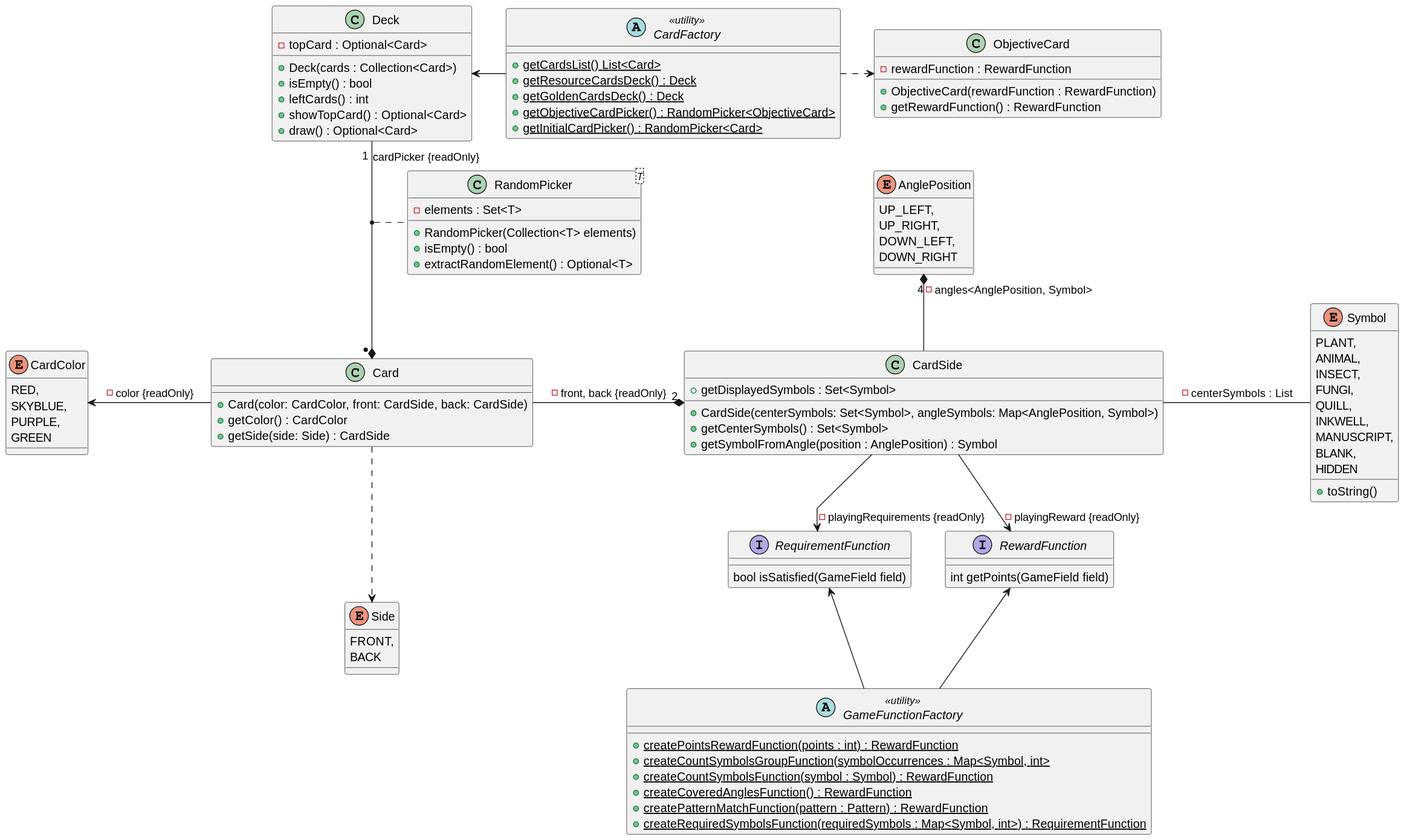
Before: CodexNaturalis/docs/uml/image/card-0.svg, a diagram exported from PlantUML (LucaLeonx/ing-sw-2024-Leonzio-Lanza-LaGioia-Mauro).
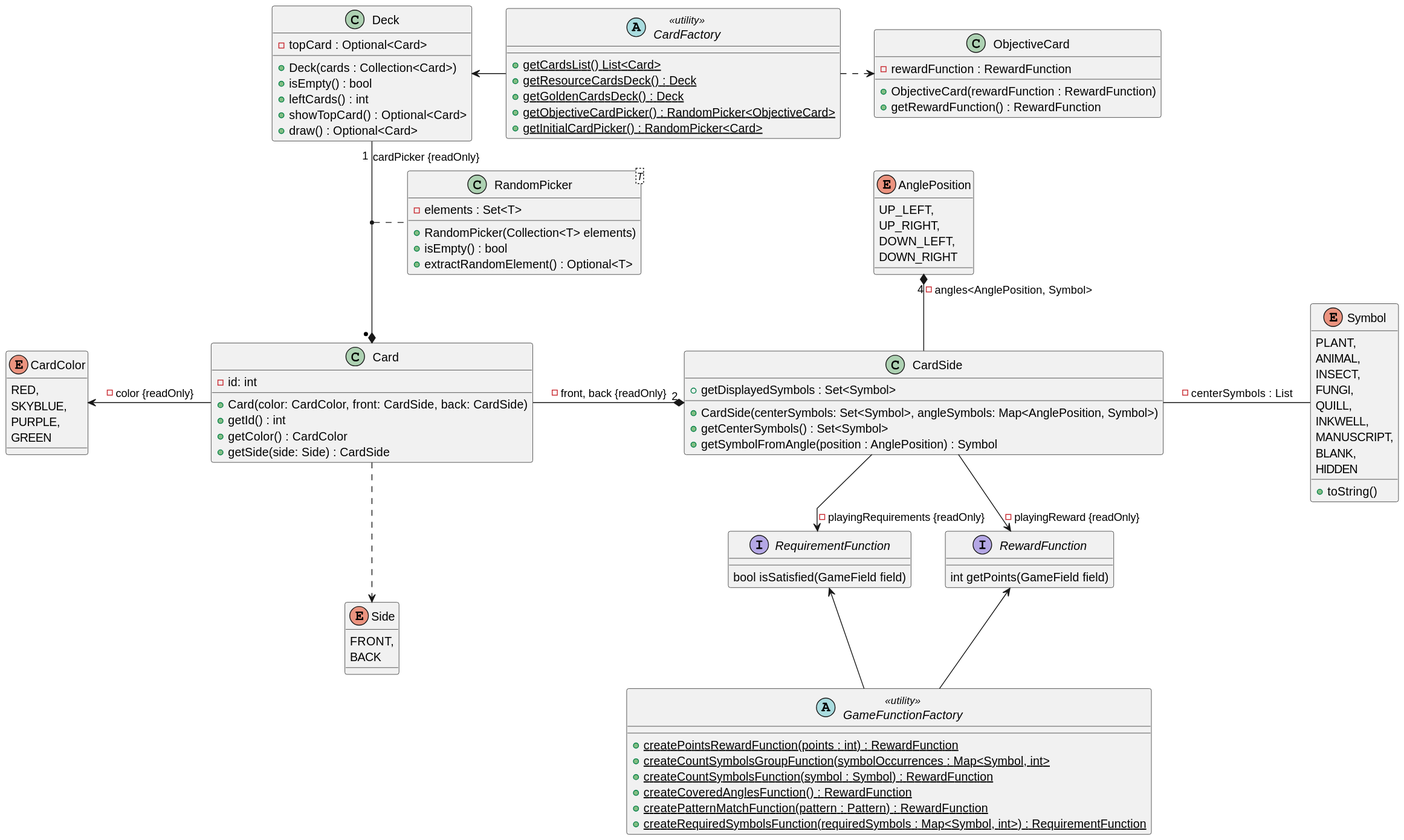
The same file after the commit.

What changed in the source:
```diff
@@ -37,9 +37,13 @@
 }
 
 class Card {
+    -id: int
     +Card(color: CardColor, front: CardSide, back: CardSide)
+    +getId() : int
     +getColor() : CardColor
     +getSide(side: Side) : CardSide
+
+
 }
 
 class CardSide {
```
